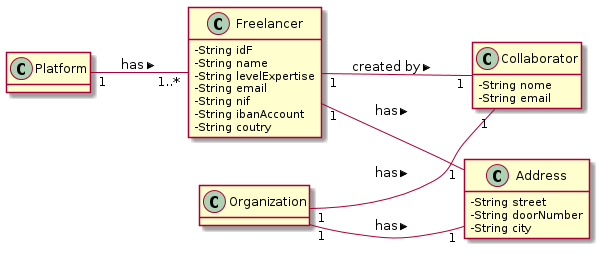
Before: docs/UC3 - Create Freelancer/UC3_MD.png, a diagram exported from PlantUML (1190452/LAPR2). Its diagram source:
```plantuml
@startuml
skinparam classAttributeIconSize 0
hide methods
left to right direction

class Platform{
}
class Freelancer {
  -String idF
  -String name
  -String levelExpertise
  -String email
  -String nif
  -String ibanAccount
  -String coutry
}


class Collaborator{
  -String nome
  -String email
}





class Address{
  -String street
  -String doorNumber
  -String city
}






Freelancer "1" -- "1" Address: has >
Freelancer "1" -- "1" Collaborator : created by >
Platform "1" -- "1..*" Freelancer: has >
Organization "1" -- "1" Address: has >


Organization "1" -- "1" Collaborator: has >
@enduml
```
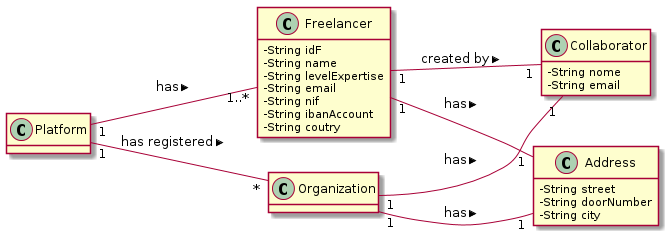
The same file after the commit.

Diff of the diagram source:
```diff
@@ -43,4 +43,6 @@
 
 
 Organization "1" -- "1" Collaborator: has >
+
+Platform "1" -- "*" Organization : has registered >
 @enduml
```
